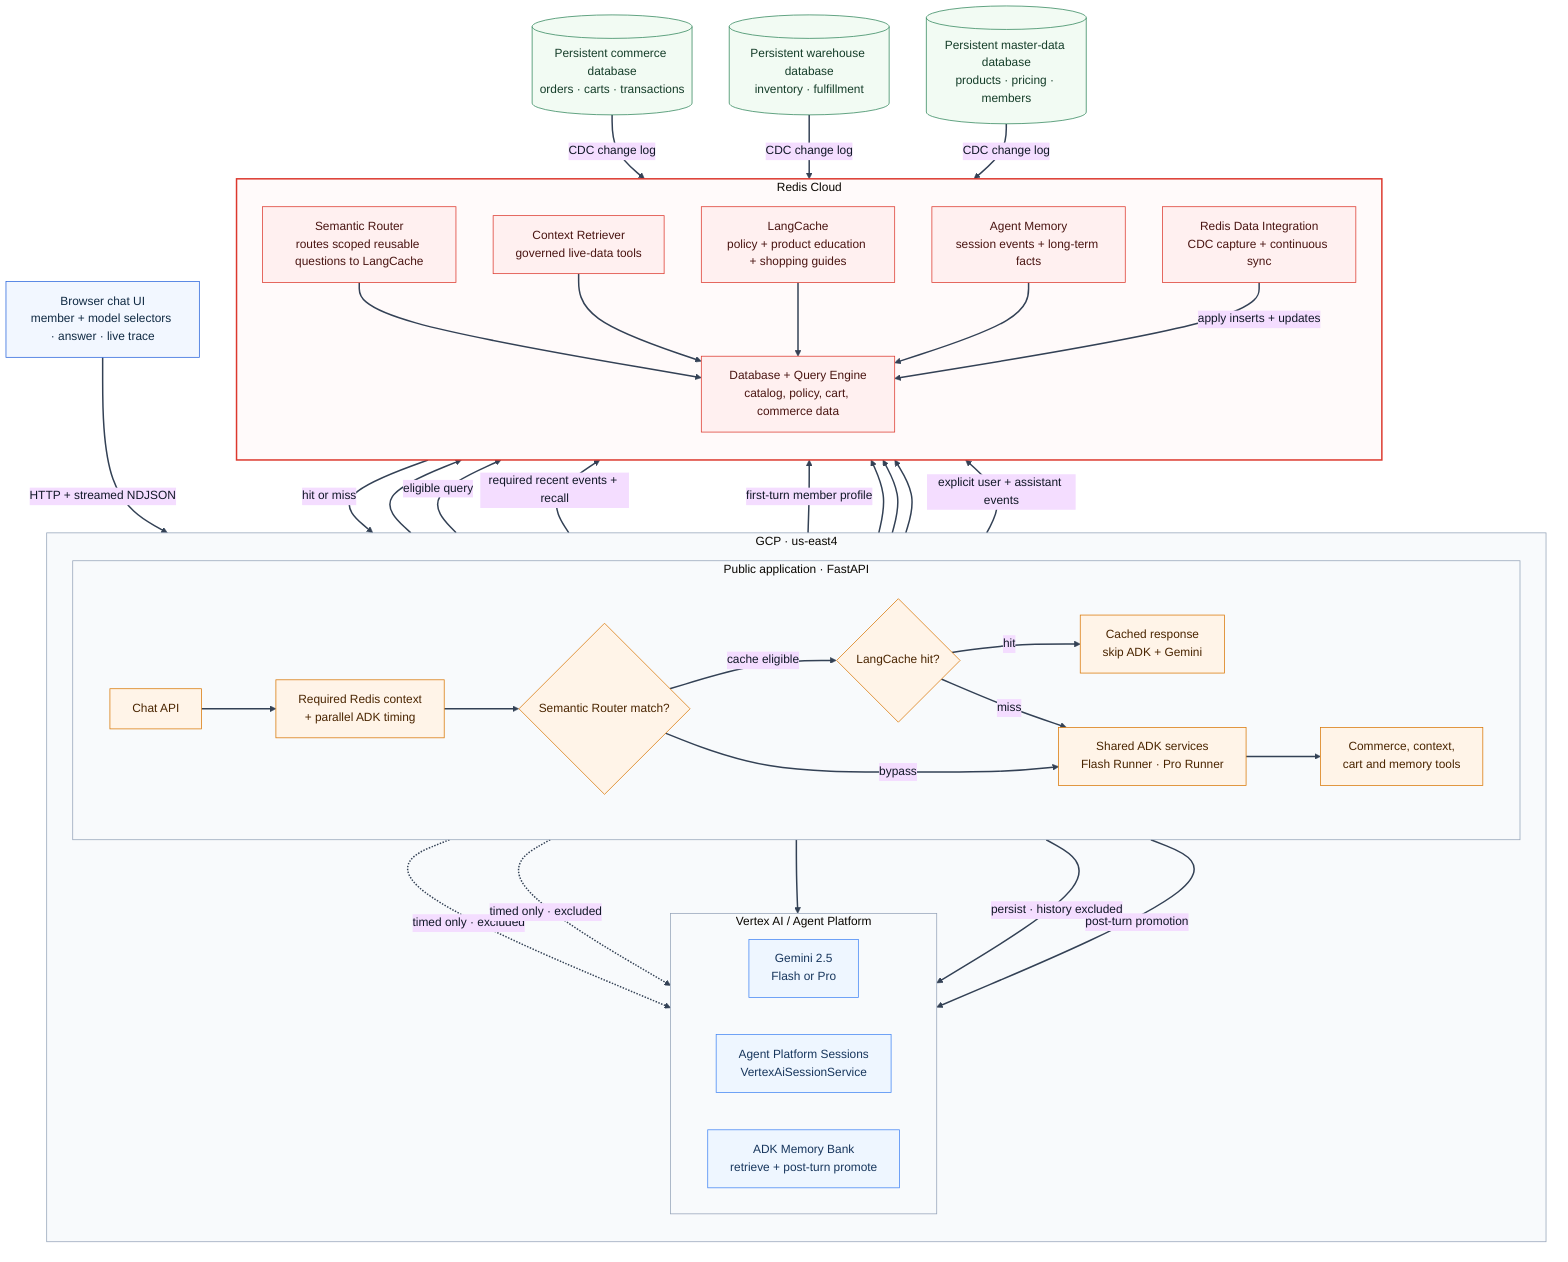
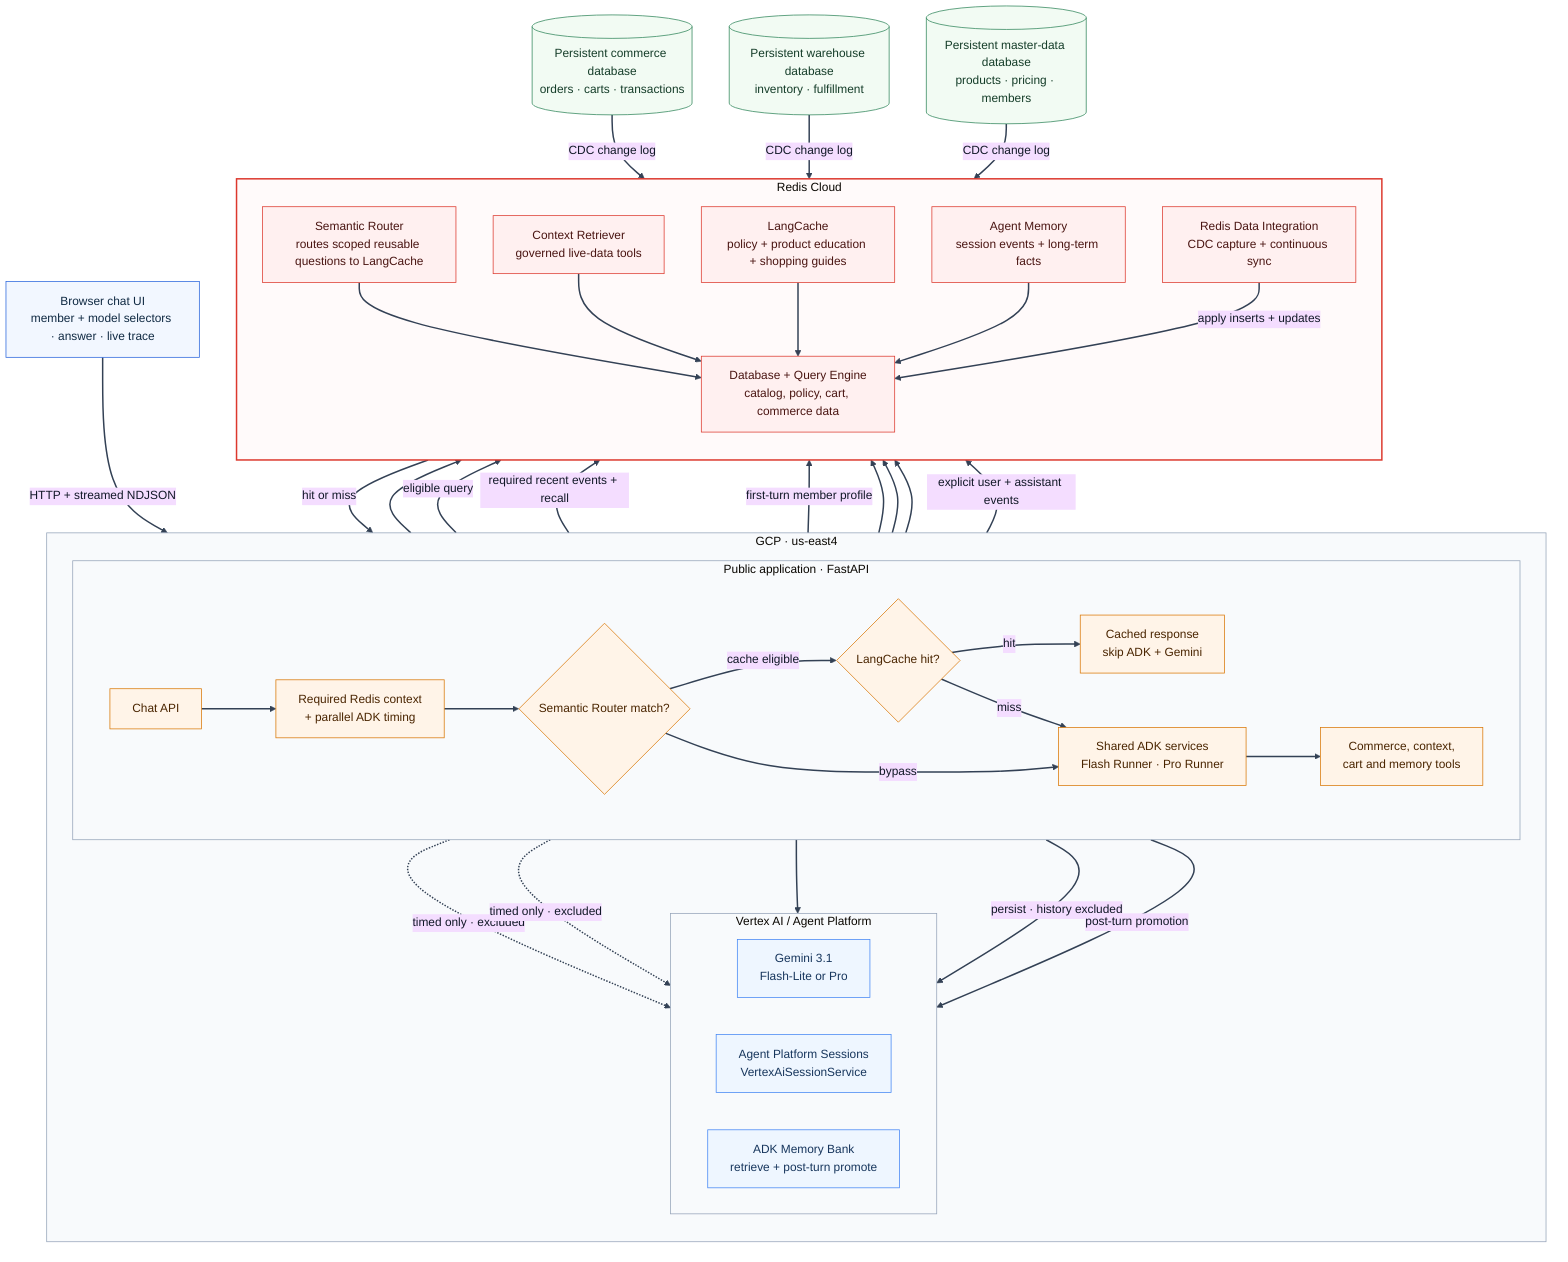
%%{init: {"theme":"base","themeVariables":{"background":"#ffffff","primaryTextColor":"#111827","lineColor":"#334155","clusterBkg":"#f8fafc","clusterBorder":"#94a3b8"},"flowchart":{"curve":"basis"}}}%%
flowchart TB
    browser["Browser chat UI<br/>member + model selectors · answer · live trace"]

    subgraph gcp["GCP · us-east4"]
        direction TB
        subgraph run["Public application · FastAPI"]
            direction LR
            api["Chat API"] --> prefetch["Required Redis context<br/>+ parallel ADK timing"]
            prefetch --> route{"Semantic Router match?"}
            route -->|cache eligible| gate{"LangCache hit?"}
            gate -->|hit| cached["Cached response<br/>skip ADK + Gemini"]
            gate -->|miss| runners["Shared ADK services<br/>Flash Runner · Pro Runner"]
            route -->|bypass| runners
            runners --> tools["Commerce, context,<br/>cart and memory tools"]
        end

        subgraph vertex["Vertex AI / Agent Platform"]
            direction LR
-             gemini["Gemini 2.5<br/>Flash or Pro"]
+             gemini["Gemini 3.1<br/>Flash-Lite or Pro"]
            sessions["Agent Platform Sessions<br/>VertexAiSessionService"]
            bank["ADK Memory Bank<br/>retrieve + post-turn promote"]
        end
    end

    commerce[("Persistent commerce database<br/>orders · carts · transactions")]
    warehouse[("Persistent warehouse database<br/>inventory · fulfillment")]
    master[("Persistent master-data database<br/>products · pricing · members")]

    subgraph rediscloud["Redis Cloud"]
        direction TB
        rdi["Redis Data Integration<br/>CDC capture + continuous sync"]
        cache["LangCache<br/>policy + product education + shopping guides"]
        ram["Agent Memory<br/>session events + long-term facts"]
        context["Context Retriever<br/>governed live-data tools"]
        semantic["Semantic Router<br/>routes scoped reusable questions to LangCache"]
        database["Database + Query Engine<br/>catalog, policy, cart, commerce data"]
    end

    browser -->|HTTP + streamed NDJSON| api

    route --> semantic
    semantic --> database
    route -->|eligible query| cache
    cache -->|hit or miss| gate
    prefetch -->|required recent events + recall| ram
    prefetch -.->|timed only · excluded| bank
    prefetch -.->|timed only · excluded| sessions
    prefetch -->|first-turn member profile| context

    runners --> gemini
    runners -->|persist · history excluded| sessions
    runners -->|post-turn promotion| bank
    tools --> context
    tools --> database
    tools --> ram
    context --> database
    api -->|explicit user + assistant events| ram

    cache --> database
    ram --> database
    commerce -->|CDC change log| rdi
    warehouse -->|CDC change log| rdi
    master -->|CDC change log| rdi
    rdi -->|apply inserts + updates| database

    classDef client fill:#f2f7ff,stroke:#2864dc,color:#102a43
    classDef app fill:#fff4e8,stroke:#d97706,color:#4a2500
    classDef google fill:#eef6ff,stroke:#4285f4,color:#17365d
    classDef redis fill:#fff0f0,stroke:#dc382d,color:#4a1512
    classDef source fill:#f2fbf3,stroke:#2f855a,color:#153d29

    class browser client
    class api,prefetch,route,gate,cached,runners,tools app
    class gemini,sessions,bank google
    class rdi,cache,ram,context,semantic,database redis
    class commerce,warehouse,master source

    style rediscloud fill:#fffafa,stroke:#dc382d,stroke-width:2px

    linkStyle default stroke:#334155,stroke-width:2px
